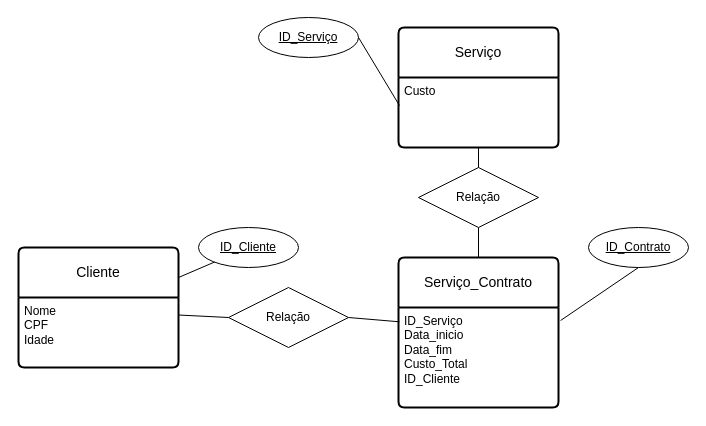
Before: Diagramatent1.drawio in Earth5447/Banco-de-dados, a draw.io diagram. Source tidied: cells renumbered, new cells numbered last; positions are measured from the earlier drawing's top-left corner, leaving out a move shared by most shapes. Both pictures are drawn from the tidied source at 100%, with x=0, y=0 at pixel (18, 17).
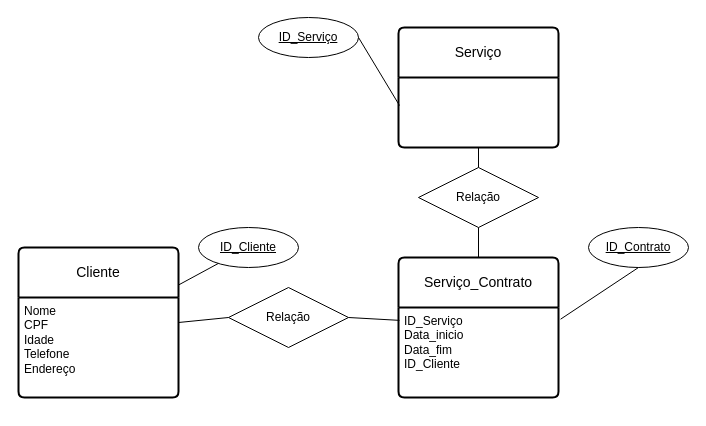
The same page after the edit.

The change refers to these unchanged cells:
```xml
<mxCell id="11" value="Serviço" style="swimlane;horizontal=1;startSize=50;rounded=1;fontSize=14;fontStyle=0;strokeWidth=2;shadow=0;dashed=0;align=center;arcSize=4;whiteSpace=wrap;html=1;" parent="1" vertex="1">
  <mxGeometry x="380" y="10" width="160" height="120" as="geometry" />
</mxCell>
<mxCell id="13" value="Relação" style="shape=rhombus;perimeter=rhombusPerimeter;whiteSpace=wrap;html=1;align=center;" parent="1" vertex="1">
  <mxGeometry x="400" y="150" width="120" height="60" as="geometry" />
</mxCell>
<mxCell id="18" value="&lt;span style=&quot;text-align: left; text-wrap: nowrap;&quot;&gt;ID_Serviço&lt;/span&gt;" style="ellipse;whiteSpace=wrap;html=1;align=center;fontStyle=4;" parent="1" vertex="1">
  <mxGeometry x="240" width="100" height="40" as="geometry" />
</mxCell>
```

Change to the diagram source:
```diff
@@
     <mxCell id="2" value="Cliente" style="swimlane;horizontal=1;startSize=50;rounded=1;fontSize=14;fontStyle=0;strokeWidth=2;shadow=0;dashed=0;align=center;arcSize=4;whiteSpace=wrap;html=1;" parent="1" vertex="1">
-      <mxGeometry y="230" width="160" height="120" as="geometry" />
+      <mxGeometry y="230" width="160" height="150" as="geometry" />
     </mxCell>
-    <mxCell id="3" value="Nome&lt;div&gt;CPF&lt;br&gt;Idade&lt;/div&gt;" style="align=left;strokeColor=none;fillColor=none;spacingLeft=4;fontSize=12;verticalAlign=top;html=1;" parent="2" vertex="1">
-      <mxGeometry y="50" width="160" height="70" as="geometry" />
+    <mxCell id="3" value="Nome&lt;div&gt;CPF&lt;br&gt;Idade&lt;/div&gt;&lt;div&gt;Telefone&lt;/div&gt;&lt;div&gt;Endereço&lt;/div&gt;" style="align=left;strokeColor=none;fillColor=none;spacingLeft=4;fontSize=12;verticalAlign=top;html=1;" parent="2" vertex="1">
+      <mxGeometry y="50" width="160" height="100" as="geometry" />
     </mxCell>
@@
     <mxCell id="9" value="Serviço_Contrato" style="swimlane;horizontal=1;startSize=50;rounded=1;fontSize=14;fontStyle=0;strokeWidth=2;shadow=0;dashed=0;align=center;arcSize=4;whiteSpace=wrap;html=1;" parent="1" vertex="1">
-      <mxGeometry x="380" y="240" width="160" height="150" as="geometry" />
+      <mxGeometry x="380" y="240" width="160" height="140" as="geometry" />
     </mxCell>
-    <mxCell id="10" value="ID_Serviço&lt;div&gt;Data_inicio&lt;/div&gt;&lt;div&gt;Data_fim&lt;/div&gt;&lt;div&gt;Custo_Total&lt;/div&gt;&lt;div&gt;ID_Cliente&lt;br&gt;&lt;div&gt;&lt;br&gt;&lt;/div&gt;&lt;/div&gt;" style="align=left;strokeColor=none;fillColor=none;spacingLeft=4;fontSize=12;verticalAlign=top;html=1;" parent="9" vertex="1">
-      <mxGeometry y="50" width="160" height="100" as="geometry" />
+    <mxCell id="10" value="ID_Serviço&lt;div&gt;Data_inicio&lt;/div&gt;&lt;div&gt;Data_fim&lt;/div&gt;&lt;div&gt;ID_Cliente&lt;br&gt;&lt;div&gt;&lt;br&gt;&lt;/div&gt;&lt;/div&gt;" style="align=left;strokeColor=none;fillColor=none;spacingLeft=4;fontSize=12;verticalAlign=top;html=1;" parent="9" vertex="1">
+      <mxGeometry y="50" width="160" height="90" as="geometry" />
     </mxCell>
@@
-    <mxCell id="12" value="Custo&lt;div&gt;&lt;br&gt;&lt;/div&gt;" style="align=left;strokeColor=none;fillColor=none;spacingLeft=4;fontSize=12;verticalAlign=top;html=1;" parent="11" vertex="1">
-      <mxGeometry y="50" width="160" height="70" as="geometry" />
-    </mxCell>
@@
-    <mxCell id="15" style="endArrow=none;html=1;rounded=0;entryX=0.5;entryY=0;entryDx=0;entryDy=0;exitX=0.5;exitY=1;exitDx=0;exitDy=0;" parent="1" edge="1" source="12" target="13">
-      <mxGeometry relative="1" as="geometry" />
+    <mxCell id="15" style="endArrow=none;html=1;rounded=0;entryX=0.5;entryY=0;entryDx=0;entryDy=0;exitX=0.5;exitY=1;exitDx=0;exitDy=0;" parent="1" edge="1" target="13">
+      <mxGeometry relative="1" as="geometry">
+        <mxPoint x="460" y="130" as="sourcePoint" />
+      </mxGeometry>
     </mxCell>
@@
-    <mxCell id="19" style="endArrow=none;html=1;rounded=0;exitX=1;exitY=0.5;exitDx=0;exitDy=0;entryX=0.006;entryY=0.4;entryDx=0;entryDy=0;entryPerimeter=0;" parent="1" edge="1" source="18" target="12">
-      <mxGeometry relative="1" as="geometry" />
+    <mxCell id="19" style="endArrow=none;html=1;rounded=0;exitX=1;exitY=0.5;exitDx=0;exitDy=0;entryX=0.006;entryY=0.4;entryDx=0;entryDy=0;entryPerimeter=0;" parent="1" edge="1" source="18">
+      <mxGeometry relative="1" as="geometry">
+        <mxPoint x="381" y="88" as="targetPoint" />
+      </mxGeometry>
     </mxCell>
```
